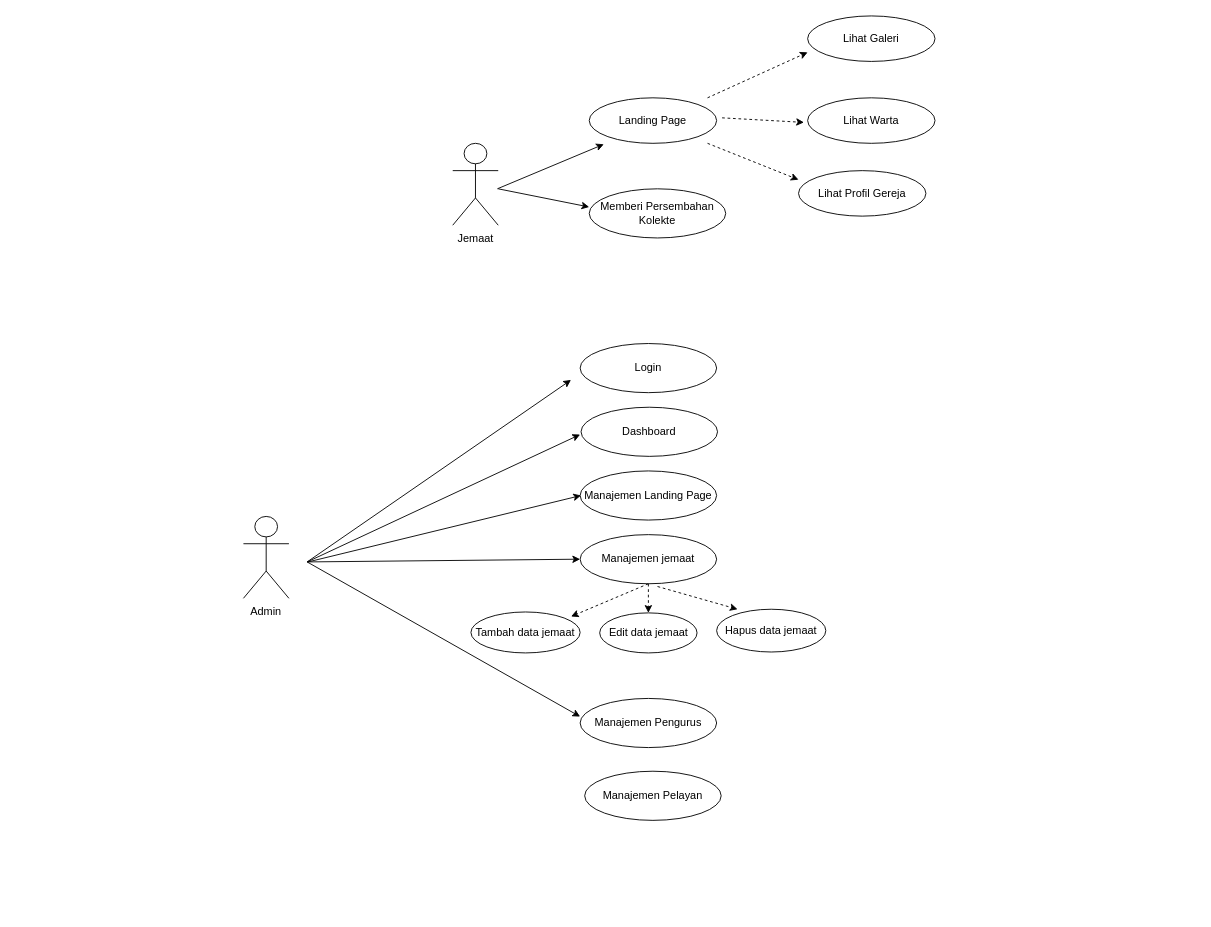
The draw.io diagram Diagram Tanpa Judul.drawio in alhidayah-projects/.github, before the edit. Source tidied: cells renumbered, new cells numbered last; positions are measured from the earlier drawing's top-left corner, leaving out a move shared by most shapes. Both pictures are drawn from the tidied source at 91%, with x=0, y=0 at pixel (238, 15).
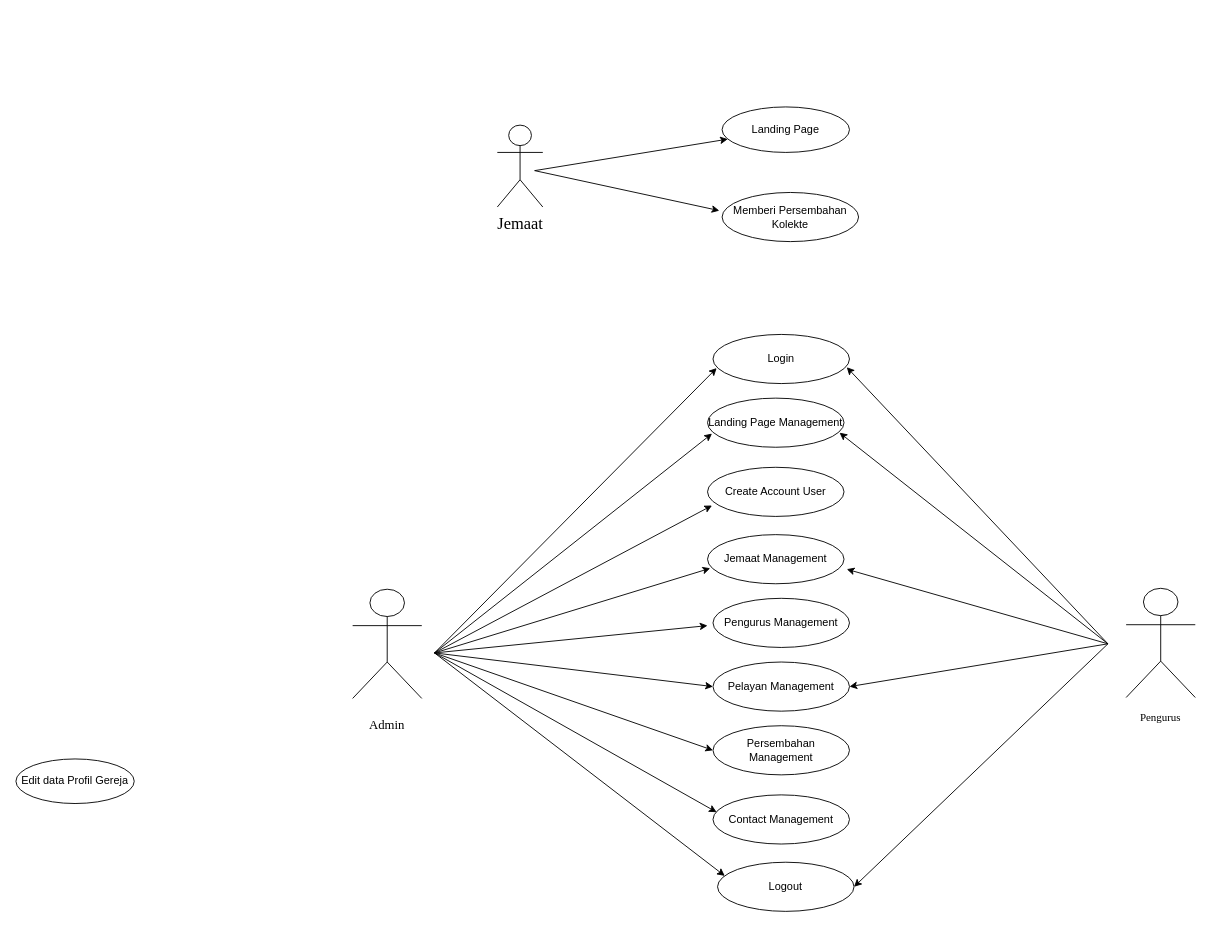
Above is the later version.

Commit message:
use case keseluruhan Judul.drawio

What changed in the source:
```diff
@@
     <mxCell id="2" style="shape=umlActor;verticalLabelPosition=bottom;verticalAlign=top;html=1;" parent="1" vertex="1">
-      <mxGeometry x="235" y="140" width="50" height="90" as="geometry" />
+      <mxGeometry x="284" y="120" width="50" height="90" as="geometry" />
     </mxCell>
     <mxCell id="3" value="Landing Page" style="ellipse;whiteSpace=wrap;html=1;" parent="1" vertex="1">
-      <mxGeometry x="385" y="90" width="140" height="50" as="geometry" />
+      <mxGeometry x="531" y="100" width="140" height="50" as="geometry" />
     </mxCell>
-    <mxCell id="4" value="Jemaat" style="text;html=1;align=center;verticalAlign=middle;strokeColor=none;fillColor=none;" parent="1" vertex="1">
-      <mxGeometry x="230" y="230" width="60" height="30" as="geometry" />
+    <mxCell id="4" value="&lt;font style=&quot;font-size: 14px;&quot;&gt;&lt;font face=&quot;Times New Roman&quot;&gt;&lt;font style=&quot;font-size: 18px;&quot;&gt;Jemaat&lt;/font&gt;&lt;/font&gt;&lt;/font&gt;" style="text;html=1;align=center;verticalAlign=middle;strokeColor=none;fillColor=none;" parent="1" vertex="1">
+      <mxGeometry x="274" y="209" width="70" height="40" as="geometry" />
     </mxCell>
     <mxCell id="5" value="Memberi Persembahan Kolekte" style="ellipse;whiteSpace=wrap;html=1;" parent="1" vertex="1">
-      <mxGeometry x="385" y="190" width="150" height="54" as="geometry" />
+      <mxGeometry x="531" y="194" width="150" height="54" as="geometry" />
     </mxCell>
-    <mxCell id="6" value="Lihat Galeri" style="ellipse;whiteSpace=wrap;html=1;" parent="1" vertex="1">
-      <mxGeometry x="625" width="140" height="50" as="geometry" />
-    </mxCell>
-    <mxCell id="7" value="Lihat Warta" style="ellipse;whiteSpace=wrap;html=1;" parent="1" vertex="1">
-      <mxGeometry x="625" y="90" width="140" height="50" as="geometry" />
-    </mxCell>
-    <mxCell id="8" value="Lihat Profil Gereja" style="ellipse;whiteSpace=wrap;html=1;" parent="1" vertex="1">
-      <mxGeometry x="615" y="170" width="140" height="50" as="geometry" />
-    </mxCell>
-    <mxCell id="9" style="endArrow=classic;html=1;rounded=0;" parent="1" edge="1">
+    <mxCell id="9" style="endArrow=classic;html=1;rounded=0;" parent="1" edge="1" target="3">
       <mxGeometry relative="1" as="geometry">
-        <mxPoint x="284" y="190" as="sourcePoint" />
-        <mxPoint x="401" y="141" as="targetPoint" />
+        <mxPoint x="325" y="170" as="sourcePoint" />
       </mxGeometry>
     </mxCell>
-    <mxCell id="10" style="endArrow=classic;html=1;rounded=0;" parent="1" edge="1">
+    <mxCell id="10" style="endArrow=classic;html=1;rounded=0;entryX=-0.02;entryY=0.37;entryDx=0;entryDy=0;entryPerimeter=0;" parent="1" edge="1" target="5">
       <mxGeometry relative="1" as="geometry">
-        <mxPoint x="285" y="190" as="sourcePoint" />
-        <mxPoint x="385" y="210" as="targetPoint" />
+        <mxPoint x="325" y="170" as="sourcePoint" />
       </mxGeometry>
     </mxCell>
-    <mxCell id="11" style="endArrow=classic;html=1;rounded=0;dashed=1;" parent="1" edge="1">
-      <mxGeometry relative="1" as="geometry">
-        <mxPoint x="515" y="90" as="sourcePoint" />
-        <mxPoint x="625" y="40" as="targetPoint" />
-      </mxGeometry>
-    </mxCell>
-    <mxCell id="12" style="endArrow=classic;html=1;rounded=0;dashed=1;" parent="1" edge="1">
-      <mxGeometry relative="1" as="geometry">
-        <mxPoint x="531" y="112" as="sourcePoint" />
-        <mxPoint x="621" y="117" as="targetPoint" />
-      </mxGeometry>
-    </mxCell>
-    <mxCell id="13" style="endArrow=classic;html=1;rounded=0;dashed=1;" parent="1" edge="1">
-      <mxGeometry relative="1" as="geometry">
-        <mxPoint x="515" y="140" as="sourcePoint" />
-        <mxPoint x="615" y="180" as="targetPoint" />
-      </mxGeometry>
-    </mxCell>
-    <mxCell id="14" style="shape=umlActor;verticalLabelPosition=bottom;verticalAlign=top;html=1;" parent="1" vertex="1">
-      <mxGeometry x="5" y="550" width="50" height="90" as="geometry" />
-    </mxCell>
-    <mxCell id="15" value="Admin" style="text;html=1;strokeColor=none;fillColor=none;align=center;verticalAlign=middle;whiteSpace=wrap;rounded=0;" parent="1" vertex="1">
-      <mxGeometry y="640" width="60" height="30" as="geometry" />
+    <mxCell id="15" value="&lt;font style=&quot;font-size: 14px;&quot;&gt;&lt;font face=&quot;Times New Roman&quot;&gt;Admin&lt;/font&gt;&lt;/font&gt;" style="text;html=1;strokeColor=none;fillColor=none;align=center;verticalAlign=middle;whiteSpace=wrap;rounded=0;" parent="1" vertex="1">
+      <mxGeometry x="133" y="764" width="60" height="30" as="geometry" />
     </mxCell>
     <mxCell id="16" value="Login" style="ellipse;whiteSpace=wrap;html=1;" parent="1" vertex="1">
-      <mxGeometry x="375" y="360" width="150" height="54" as="geometry" />
+      <mxGeometry x="521" y="350" width="150" height="54" as="geometry" />
     </mxCell>
-    <mxCell id="17" value="Dashboard" style="ellipse;whiteSpace=wrap;html=1;" parent="1" vertex="1">
-      <mxGeometry x="376" y="430" width="150" height="54" as="geometry" />
-    </mxCell>
-    <mxCell id="18" value="Manajemen Landing Page" style="ellipse;whiteSpace=wrap;html=1;" parent="1" vertex="1">
-      <mxGeometry x="375" y="500" width="150" height="54" as="geometry" />
+    <mxCell id="18" value="Landing Page Management" style="ellipse;whiteSpace=wrap;html=1;" parent="1" vertex="1">
+      <mxGeometry x="515" y="420" width="150" height="54" as="geometry" />
     </mxCell>
-    <mxCell id="19" value="Manajemen jemaat" style="ellipse;whiteSpace=wrap;html=1;" parent="1" vertex="1">
-      <mxGeometry x="375" y="570" width="150" height="54" as="geometry" />
-    </mxCell>
-    <mxCell id="20" value="Manajemen Pengurus" style="ellipse;whiteSpace=wrap;html=1;" parent="1" vertex="1">
-      <mxGeometry x="375" y="750" width="150" height="54" as="geometry" />
-    </mxCell>
-    <mxCell id="21" value="Manajemen Pelayan" style="ellipse;whiteSpace=wrap;html=1;" parent="1" vertex="1">
-      <mxGeometry x="380" y="830" width="150" height="54" as="geometry" />
-    </mxCell>
-    <mxCell id="22" value="Tambah data jemaat" style="ellipse;whiteSpace=wrap;html=1;" parent="1" vertex="1">
-      <mxGeometry x="255" y="655" width="120" height="45" as="geometry" />
-    </mxCell>
-    <mxCell id="23" style="endArrow=classic;html=1;rounded=0;" parent="1" edge="1">
-      <mxGeometry relative="1" as="geometry">
-        <mxPoint x="75" y="600" as="sourcePoint" />
-        <mxPoint x="365" y="400" as="targetPoint" />
-      </mxGeometry>
-    </mxCell>
-    <mxCell id="24" style="endArrow=classic;html=1;rounded=0;" parent="1" edge="1">
-      <mxGeometry relative="1" as="geometry">
-        <mxPoint x="75" y="600" as="sourcePoint" />
-        <mxPoint x="375" y="460" as="targetPoint" />
-      </mxGeometry>
-    </mxCell>
-    <mxCell id="25" style="endArrow=classic;html=1;rounded=0;" parent="1" edge="1">
-      <mxGeometry relative="1" as="geometry">
-        <mxPoint x="76" y="600" as="sourcePoint" />
-        <mxPoint x="376" y="527" as="targetPoint" />
-      </mxGeometry>
-    </mxCell>
-    <mxCell id="26" style="endArrow=classic;html=1;rounded=0;entryX=0;entryY=0.5;entryDx=0;entryDy=0;" parent="1" edge="1" target="19">
-      <mxGeometry relative="1" as="geometry">
-        <mxPoint x="75" y="600" as="sourcePoint" />
-      </mxGeometry>
-    </mxCell>
-    <mxCell id="27" value="Edit data jemaat" style="ellipse;whiteSpace=wrap;html=1;" parent="1" vertex="1">
-      <mxGeometry x="396.5" y="656" width="107" height="44" as="geometry" />
-    </mxCell>
-    <mxCell id="28" value="Hapus data jemaat" style="ellipse;whiteSpace=wrap;html=1;" parent="1" vertex="1">
-      <mxGeometry x="525" y="652" width="120" height="47" as="geometry" />
-    </mxCell>
-    <mxCell id="29" style="endArrow=classic;html=1;rounded=0;dashed=1;exitX=0.5;exitY=1;exitDx=0;exitDy=0;" parent="1" edge="1" source="19">
-      <mxGeometry relative="1" as="geometry">
-        <mxPoint x="365" y="660" as="targetPoint" />
-      </mxGeometry>
-    </mxCell>
-    <mxCell id="30" style="endArrow=classic;html=1;rounded=0;dashed=1;entryX=0.5;entryY=0;entryDx=0;entryDy=0;exitX=0.5;exitY=1;exitDx=0;exitDy=0;" parent="1" edge="1" source="19" target="27">
-      <mxGeometry relative="1" as="geometry" />
-    </mxCell>
-    <mxCell id="31" style="endArrow=classic;html=1;rounded=0;dashed=1;exitX=0.567;exitY=1.056;exitDx=0;exitDy=0;exitPerimeter=0;entryX=0.192;entryY=0;entryDx=0;entryDy=0;entryPerimeter=0;" parent="1" edge="1" source="19" target="28">
-      <mxGeometry relative="1" as="geometry" />
-    </mxCell>
-    <mxCell id="32" style="endArrow=classic;html=1;rounded=0;" parent="1" edge="1">
-      <mxGeometry relative="1" as="geometry">
-        <mxPoint x="75" y="600" as="sourcePoint" />
-        <mxPoint x="375" y="770" as="targetPoint" />
-      </mxGeometry>
-    </mxCell>
+    <mxCell id="33" value="Edit data Profil Gereja" style="ellipse;whiteSpace=wrap;html=1;" parent="1" vertex="1">
+      <mxGeometry x="-245" y="816.5" width="130" height="49" as="geometry" />
+    </mxCell>
+    <mxCell id="34" style="shape=umlActor;verticalLabelPosition=bottom;verticalAlign=top;html=1;" parent="1" vertex="1">
+      <mxGeometry x="975" y="629" width="76" height="120" as="geometry" />
+    </mxCell>
+    <mxCell id="35" value="Create Account User" style="ellipse;whiteSpace=wrap;html=1;" parent="1" vertex="1">
+      <mxGeometry x="515" y="496" width="150" height="54" as="geometry" />
+    </mxCell>
+    <mxCell id="36" value="Jemaat Management" style="ellipse;whiteSpace=wrap;html=1;" parent="1" vertex="1">
+      <mxGeometry x="515" y="570" width="150" height="54" as="geometry" />
+    </mxCell>
+    <mxCell id="37" value="Pengurus Management" style="ellipse;whiteSpace=wrap;html=1;" parent="1" vertex="1">
+      <mxGeometry x="521" y="640" width="150" height="54" as="geometry" />
+    </mxCell>
+    <mxCell id="38" value="Pelayan Management" style="ellipse;whiteSpace=wrap;html=1;" parent="1" vertex="1">
+      <mxGeometry x="521" y="710" width="150" height="54" as="geometry" />
+    </mxCell>
+    <mxCell id="39" value="Persembahan Management" style="ellipse;whiteSpace=wrap;html=1;align=center;" parent="1" vertex="1">
+      <mxGeometry x="521" y="780" width="150" height="54" as="geometry" />
+    </mxCell>
+    <mxCell id="40" value="Contact Management" style="ellipse;whiteSpace=wrap;html=1;align=center;" parent="1" vertex="1">
+      <mxGeometry x="521" y="856" width="150" height="54" as="geometry" />
+    </mxCell>
+    <mxCell id="41" value="Logout" style="ellipse;whiteSpace=wrap;html=1;" parent="1" vertex="1">
+      <mxGeometry x="526" y="930" width="150" height="54" as="geometry" />
+    </mxCell>
+    <mxCell id="42" style="shape=umlActor;verticalLabelPosition=bottom;verticalAlign=top;html=1;" parent="1" vertex="1">
+      <mxGeometry x="125" y="630" width="76" height="120" as="geometry" />
+    </mxCell>
+    <mxCell id="43" value="&lt;font face=&quot;Times New Roman&quot;&gt;Pengurus&lt;/font&gt;" style="text;html=1;strokeColor=none;fillColor=none;align=center;verticalAlign=middle;whiteSpace=wrap;rounded=0;" parent="1" vertex="1">
+      <mxGeometry x="983" y="756" width="60" height="30" as="geometry" />
+    </mxCell>
+    <mxCell id="44" style="endArrow=classic;html=1;rounded=0;entryX=0.027;entryY=0.685;entryDx=0;entryDy=0;entryPerimeter=0;" parent="1" edge="1" target="16">
+      <mxGeometry relative="1" as="geometry">
+        <mxPoint x="215" y="700" as="sourcePoint" />
+      </mxGeometry>
+    </mxCell>
+    <mxCell id="45" style="endArrow=classic;html=1;rounded=0;entryX=0.033;entryY=0.722;entryDx=0;entryDy=0;entryPerimeter=0;" parent="1" edge="1" target="18">
+      <mxGeometry relative="1" as="geometry">
+        <mxPoint x="215" y="700" as="sourcePoint" />
+      </mxGeometry>
+    </mxCell>
+    <mxCell id="46" style="endArrow=classic;html=1;rounded=0;entryX=0.033;entryY=0.778;entryDx=0;entryDy=0;entryPerimeter=0;" parent="1" edge="1" target="35">
+      <mxGeometry relative="1" as="geometry">
+        <mxPoint x="215" y="700" as="sourcePoint" />
+      </mxGeometry>
+    </mxCell>
+    <mxCell id="47" style="endArrow=classic;html=1;rounded=0;entryX=0.02;entryY=0.685;entryDx=0;entryDy=0;entryPerimeter=0;" parent="1" edge="1" target="36">
+      <mxGeometry relative="1" as="geometry">
+        <mxPoint x="215" y="700" as="sourcePoint" />
+      </mxGeometry>
+    </mxCell>
+    <mxCell id="48" style="endArrow=classic;html=1;rounded=0;" parent="1" edge="1">
+      <mxGeometry relative="1" as="geometry">
+        <mxPoint x="215" y="700" as="sourcePoint" />
+        <mxPoint x="515" y="670" as="targetPoint" />
+      </mxGeometry>
+    </mxCell>
+    <mxCell id="49" style="endArrow=classic;html=1;rounded=0;entryX=0;entryY=0.5;entryDx=0;entryDy=0;" parent="1" edge="1" target="38">
+      <mxGeometry relative="1" as="geometry">
+        <mxPoint x="215" y="700" as="sourcePoint" />
+      </mxGeometry>
+    </mxCell>
+    <mxCell id="50" style="endArrow=classic;html=1;rounded=0;entryX=0;entryY=0.5;entryDx=0;entryDy=0;" parent="1" edge="1" target="39">
+      <mxGeometry relative="1" as="geometry">
+        <mxPoint x="215" y="700" as="sourcePoint" />
+      </mxGeometry>
+    </mxCell>
+    <mxCell id="51" style="endArrow=classic;html=1;rounded=0;entryX=0.027;entryY=0.352;entryDx=0;entryDy=0;entryPerimeter=0;" parent="1" edge="1" target="40">
+      <mxGeometry relative="1" as="geometry">
+        <mxPoint x="215" y="700" as="sourcePoint" />
+      </mxGeometry>
+    </mxCell>
+    <mxCell id="52" style="endArrow=classic;html=1;rounded=0;entryX=0.053;entryY=0.278;entryDx=0;entryDy=0;entryPerimeter=0;" parent="1" edge="1" target="41">
+      <mxGeometry relative="1" as="geometry">
+        <mxPoint x="215" y="700" as="sourcePoint" />
+      </mxGeometry>
+    </mxCell>
+    <mxCell id="53" style="endArrow=classic;html=1;rounded=0;entryX=0.98;entryY=0.667;entryDx=0;entryDy=0;entryPerimeter=0;" parent="1" edge="1" target="16">
+      <mxGeometry relative="1" as="geometry">
+        <mxPoint x="955" y="690" as="sourcePoint" />
+      </mxGeometry>
+    </mxCell>
+    <mxCell id="54" style="endArrow=classic;html=1;rounded=0;entryX=0.967;entryY=0.704;entryDx=0;entryDy=0;entryPerimeter=0;" parent="1" edge="1" target="18">
+      <mxGeometry relative="1" as="geometry">
+        <mxPoint x="955" y="690" as="sourcePoint" />
+      </mxGeometry>
+    </mxCell>
+    <mxCell id="55" style="endArrow=classic;html=1;rounded=0;entryX=1.02;entryY=0.704;entryDx=0;entryDy=0;entryPerimeter=0;" parent="1" edge="1" target="36">
+      <mxGeometry relative="1" as="geometry">
+        <mxPoint x="955" y="690" as="sourcePoint" />
+      </mxGeometry>
+    </mxCell>
+    <mxCell id="56" style="endArrow=classic;html=1;rounded=0;entryX=1;entryY=0.5;entryDx=0;entryDy=0;" parent="1" edge="1" target="38">
+      <mxGeometry relative="1" as="geometry">
+        <mxPoint x="955" y="690" as="sourcePoint" />
+      </mxGeometry>
+    </mxCell>
+    <mxCell id="57" style="endArrow=classic;html=1;rounded=0;entryX=1;entryY=0.5;entryDx=0;entryDy=0;" parent="1" edge="1" target="41">
+      <mxGeometry relative="1" as="geometry">
+        <mxPoint x="955" y="690" as="sourcePoint" />
+      </mxGeometry>
+    </mxCell>
```
